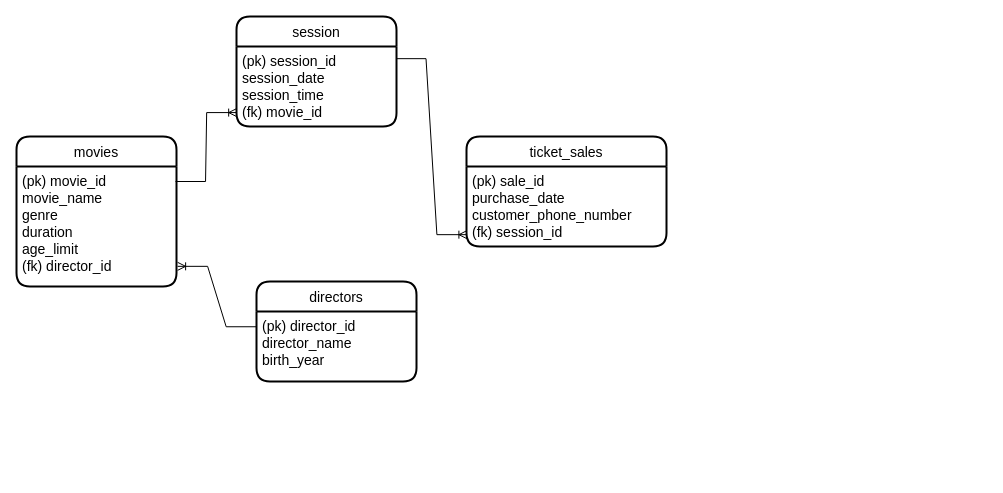
Kolesa-Education/kolesa-upgrade-homework-4 keeps this draw.io diagram as kolesa-homework4-part2.drawio. Above is the earlier version. Source tidied: cells renumbered, new cells numbered last; positions are measured from the earlier drawing's top-left corner, leaving out a move shared by most shapes. Both pictures are drawn from the tidied source at 100%, with x=0, y=0 at pixel (16, 16).
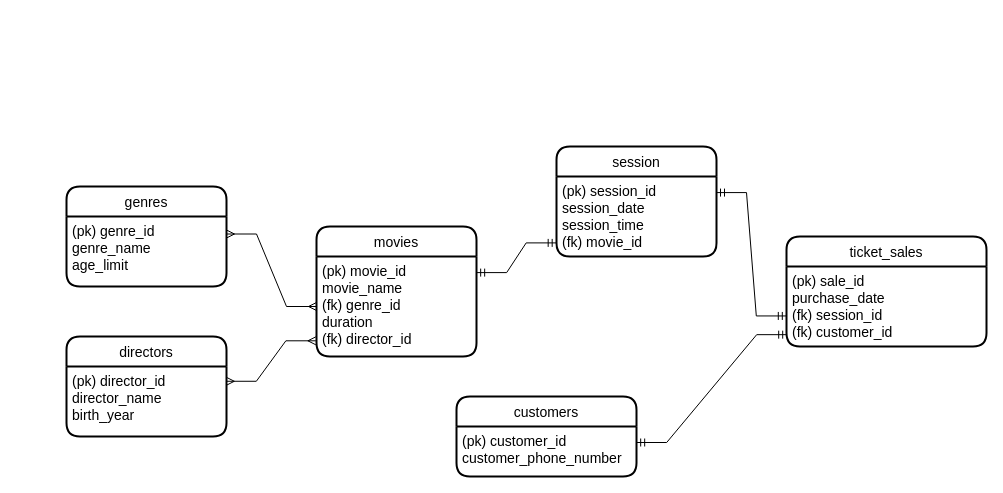
After the change.

What changed in the source:
```diff
@@
 <mxGraphModel>
   <root>
     <mxCell id="0" />
     <mxCell id="1" parent="0" />
     <mxCell id="2" value="movies" style="swimlane;horizontal=1;startSize=30;rounded=1;fontSize=14;fontStyle=0;strokeWidth=2;shadow=0;dashed=0;align=center;" parent="1" vertex="1">
-      <mxGeometry y="120" width="160" height="150" as="geometry" />
+      <mxGeometry x="300" y="210" width="160" height="130" as="geometry" />
     </mxCell>
-    <mxCell id="3" value="(pk) movie_id&#10;movie_name&#10;genre&#10;duration&#10;age_limit&#10;(fk) director_id" style="align=left;strokeColor=none;fillColor=none;spacingLeft=4;fontSize=14;verticalAlign=top;" parent="2" vertex="1">
-      <mxGeometry y="30" width="160" height="120" as="geometry" />
+    <mxCell id="3" value="(pk) movie_id&#10;movie_name&#10;(fk) genre_id&#10;duration&#10;(fk) director_id" style="align=left;strokeColor=none;fillColor=none;spacingLeft=4;fontSize=14;verticalAlign=top;" parent="2" vertex="1">
+      <mxGeometry y="30" width="160" height="100" as="geometry" />
     </mxCell>
     <mxCell id="4" value="directors" style="swimlane;horizontal=1;startSize=30;rounded=1;fontSize=14;fontStyle=0;strokeWidth=2;shadow=0;dashed=0;align=center;" parent="1" vertex="1">
-      <mxGeometry x="240" y="265" width="160" height="100" as="geometry" />
+      <mxGeometry x="50" y="320" width="160" height="100" as="geometry" />
     </mxCell>
     <mxCell id="5" value="(pk) director_id&#10;director_name&#10;birth_year" style="align=left;strokeColor=none;fillColor=none;spacingLeft=4;fontSize=14;verticalAlign=top;" parent="4" vertex="1">
       <mxGeometry y="30" width="160" height="70" as="geometry" />
     </mxCell>
     <mxCell id="6" value="ticket_sales" style="swimlane;horizontal=1;startSize=30;rounded=1;fontSize=14;fontStyle=0;strokeWidth=2;shadow=0;dashed=0;align=center;" parent="1" vertex="1">
-      <mxGeometry x="450" y="120" width="200" height="110" as="geometry" />
+      <mxGeometry x="770" y="220" width="200" height="110" as="geometry" />
     </mxCell>
-    <mxCell id="7" value="(pk) sale_id&#10;purchase_date&#10;customer_phone_number&#10;(fk) session_id" style="align=left;strokeColor=none;fillColor=none;spacingLeft=4;fontSize=14;verticalAlign=top;" parent="6" vertex="1">
+    <mxCell id="7" value="(pk) sale_id&#10;purchase_date&#10;(fk) session_id&#10;(fk) customer_id" style="align=left;strokeColor=none;fillColor=none;spacingLeft=4;fontSize=14;verticalAlign=top;" parent="6" vertex="1">
       <mxGeometry y="30" width="200" height="80" as="geometry" />
     </mxCell>
     <mxCell id="8" value="session" style="swimlane;horizontal=1;startSize=30;rounded=1;fontSize=14;fontStyle=0;strokeWidth=2;shadow=0;dashed=0;align=center;" parent="1" vertex="1">
-      <mxGeometry x="220" width="160" height="110" as="geometry" />
+      <mxGeometry x="540" y="130" width="160" height="110" as="geometry" />
     </mxCell>
     <mxCell id="9" value="(pk) session_id&#10;session_date&#10;session_time&#10;(fk) movie_id" style="align=left;strokeColor=none;fillColor=none;spacingLeft=4;fontSize=14;verticalAlign=top;" parent="8" vertex="1">
       <mxGeometry y="30" width="160" height="80" as="geometry" />
     </mxCell>
+    <mxCell id="13" value="genres" style="swimlane;horizontal=1;startSize=30;rounded=1;fontSize=14;fontStyle=0;strokeWidth=2;shadow=0;dashed=0;align=center;" parent="1" vertex="1">
+      <mxGeometry x="50" y="170" width="160" height="100" as="geometry" />
+    </mxCell>
+    <mxCell id="14" value="(pk) genre_id&#10;genre_name&#10;age_limit" style="align=left;strokeColor=none;fillColor=none;spacingLeft=4;fontSize=14;verticalAlign=top;" parent="13" vertex="1">
+      <mxGeometry y="30" width="160" height="70" as="geometry" />
+    </mxCell>
+    <mxCell id="15" style="edgeStyle=entityRelationEdgeStyle;fontSize=12;html=1;endArrow=ERmany;startArrow=ERmany;rounded=0;entryX=1;entryY=0.25;entryDx=0;entryDy=0;exitX=0;exitY=0.5;exitDx=0;exitDy=0;" parent="1" edge="1" source="3" target="14">
+      <mxGeometry relative="1" as="geometry" />
+    </mxCell>
+    <mxCell id="16" value="customers" style="swimlane;horizontal=1;startSize=30;rounded=1;fontSize=14;fontStyle=0;strokeWidth=2;shadow=0;dashed=0;align=center;" parent="1" vertex="1">
+      <mxGeometry x="440" y="380" width="180" height="80" as="geometry" />
+    </mxCell>
+    <mxCell id="17" value="(pk) customer_id&#10;customer_phone_number" style="align=left;strokeColor=none;fillColor=none;spacingLeft=4;fontSize=14;verticalAlign=top;" parent="16" vertex="1">
+      <mxGeometry y="30" width="180" height="50" as="geometry" />
+    </mxCell>
+    <mxCell id="12" style="edgeStyle=entityRelationEdgeStyle;fontSize=12;html=1;endArrow=ERmany;startArrow=ERmany;rounded=0;exitX=0.999;exitY=0.211;exitDx=0;exitDy=0;entryX=-0.004;entryY=0.843;entryDx=0;entryDy=0;entryPerimeter=0;exitPerimeter=0;" parent="1" edge="1" source="5" target="3">
+      <mxGeometry relative="1" as="geometry" />
+    </mxCell>
+    <mxCell id="18" style="edgeStyle=entityRelationEdgeStyle;fontSize=12;html=1;endArrow=ERmandOne;startArrow=ERmandOne;rounded=0;entryX=0.001;entryY=0.852;entryDx=0;entryDy=0;exitX=1.001;exitY=0.32;exitDx=0;exitDy=0;exitPerimeter=0;entryPerimeter=0;" parent="1" edge="1" source="17" target="7">
+      <mxGeometry relative="1" as="geometry" />
+    </mxCell>
-    <mxCell id="10" style="edgeStyle=entityRelationEdgeStyle;fontSize=12;html=1;endArrow=ERoneToMany;rounded=0;exitX=0.994;exitY=0.125;exitDx=0;exitDy=0;exitPerimeter=0;entryX=0.001;entryY=0.826;entryDx=0;entryDy=0;entryPerimeter=0;" parent="1" edge="1" source="3" target="9">
+    <mxCell id="10" style="edgeStyle=entityRelationEdgeStyle;fontSize=12;html=1;endArrow=ERmandOne;startArrow=ERmandOne;rounded=0;entryX=-0.002;entryY=0.83;entryDx=0;entryDy=0;exitX=1.001;exitY=0.161;exitDx=0;exitDy=0;exitPerimeter=0;entryPerimeter=0;" parent="1" edge="1" source="3" target="9">
       <mxGeometry relative="1" as="geometry" />
     </mxCell>
-    <mxCell id="11" style="edgeStyle=entityRelationEdgeStyle;fontSize=12;html=1;endArrow=ERoneToMany;rounded=0;exitX=0.997;exitY=0.152;exitDx=0;exitDy=0;exitPerimeter=0;entryX=0.002;entryY=0.852;entryDx=0;entryDy=0;entryPerimeter=0;" parent="1" edge="1" source="9" target="7">
+    <mxCell id="11" style="edgeStyle=entityRelationEdgeStyle;fontSize=12;html=1;endArrow=ERmandOne;startArrow=ERmandOne;rounded=0;exitX=1;exitY=0.201;exitDx=0;exitDy=0;entryX=-0.001;entryY=0.618;entryDx=0;entryDy=0;entryPerimeter=0;exitPerimeter=0;" parent="1" edge="1" source="9" target="7">
       <mxGeometry relative="1" as="geometry" />
     </mxCell>
-    <mxCell id="12" style="edgeStyle=entityRelationEdgeStyle;fontSize=12;html=1;endArrow=ERoneToMany;rounded=0;exitX=-0.002;exitY=0.218;exitDx=0;exitDy=0;entryX=1.007;entryY=0.832;entryDx=0;entryDy=0;exitPerimeter=0;entryPerimeter=0;" parent="1" edge="1" source="5" target="3">
-      <mxGeometry relative="1" as="geometry" />
-    </mxCell>
   </root>
 </mxGraphModel>
```
